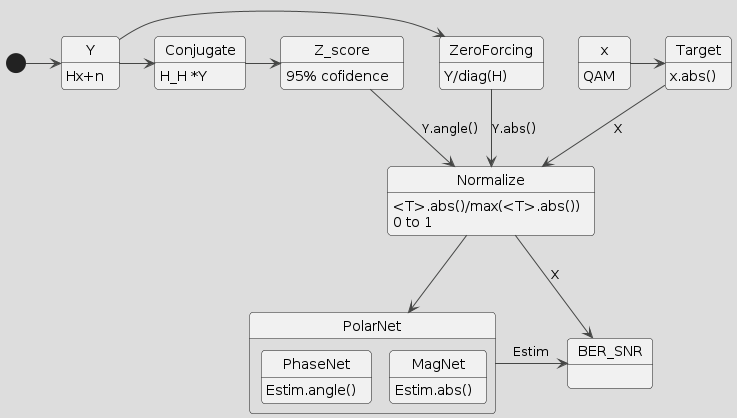
Before: Codigo/UML/PolarNet.png, a diagram exported from PlantUML (Tonix22/ThesisDocument). Source of this version:
```plantuml
@startuml
!theme toy
skinparam defaultFontName Bold
skinparam defaultFontStyle Bold
state PolarNet{
    PhaseNet : Estim.angle()

    MagNet : Estim.abs()
}

[*] -> Y
Y: Hx+n

Y -> ZeroForcing
Y -> Conjugate
Conjugate : H_H *Y
ZeroForcing : Y/diag(H)
ZeroForcing --> Normalize : Y.abs()
Conjugate -> Z_score

Z_score : 95% cofidence

Z_score --> Normalize : Y.angle()

Normalize : <T>.abs()/max(<T>.abs())
Normalize : 0 to 1

Normalize --> PolarNet


Target: x.abs()
Target --> Normalize : X

x: QAM
x -> Target

PolarNet -> BER_SNR : Estim
Normalize -> BER_SNR : X


@enduml
```
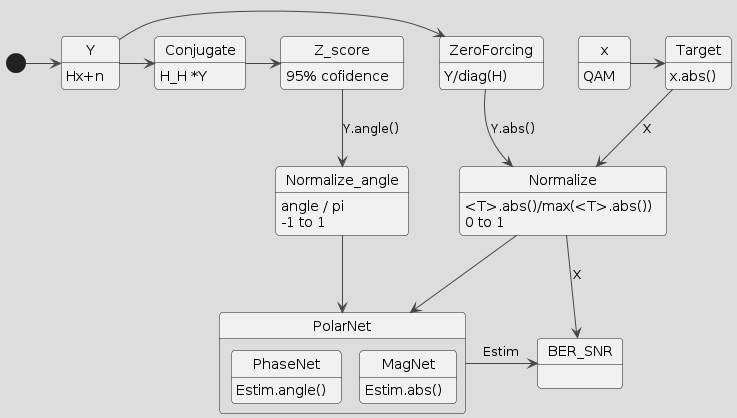
The same file after the commit.

Change to the diagram source:
```diff
@@ -16,15 +16,20 @@
 Conjugate : H_H *Y
 ZeroForcing : Y/diag(H)
 ZeroForcing --> Normalize : Y.abs()
+
+Normalize_angle : angle / pi
+Normalize_angle : -1 to 1
+
 Conjugate -> Z_score
 
 Z_score : 95% cofidence
 
-Z_score --> Normalize : Y.angle()
+Z_score --> Normalize_angle : Y.angle()
 
 Normalize : <T>.abs()/max(<T>.abs())
 Normalize : 0 to 1
 
+Normalize_angle --> PolarNet
 Normalize --> PolarNet
 
 
```
